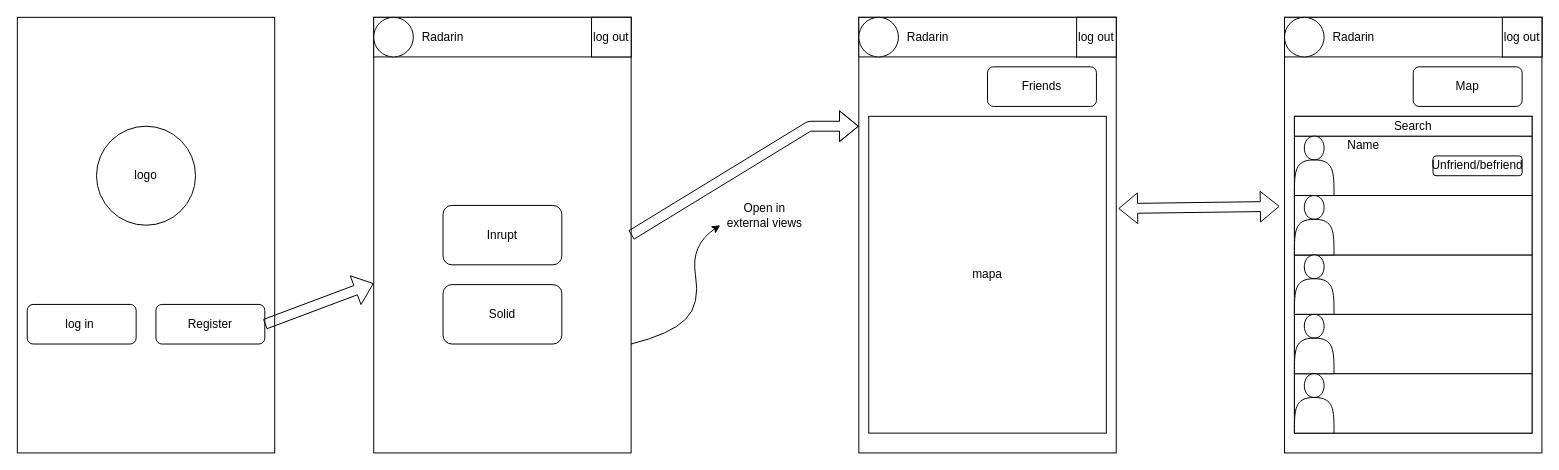
Earlier version of the draw.io diagram webapp/docs/images/mobile mockup editable.drawio (Arquisoft/radarin_en3a). Source tidied: cells renumbered, new cells numbered last; positions are measured from the earlier drawing's top-left corner, leaving out a move shared by most shapes. Both pictures are drawn from the tidied source at 99%, with x=0, y=0 at pixel (17, 17).
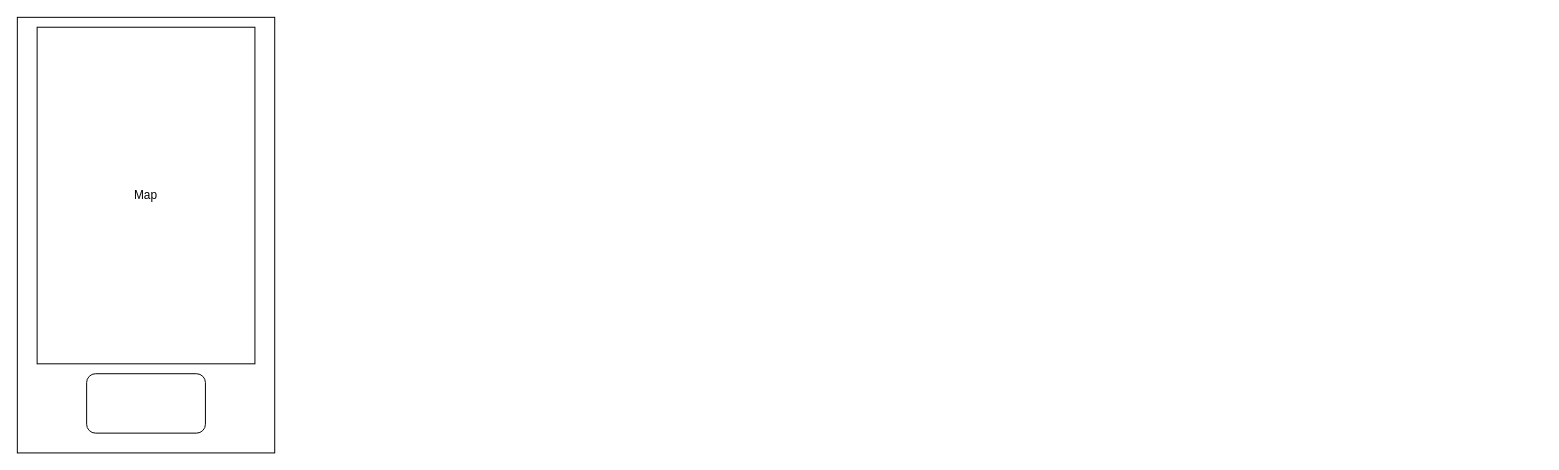
The same page after the edit.

Commit message (it also covers changes not shown here):
updated mobile mockup to accorded spec

Change to the diagram source:
```diff
@@
-    <mxCell id="3" value="logo" style="ellipse;whiteSpace=wrap;html=1;" parent="1" vertex="1">
-      <mxGeometry x="80" y="110" width="100" height="100" as="geometry" />
-    </mxCell>
-    <mxCell id="4" value="log in&amp;nbsp;" style="rounded=1;whiteSpace=wrap;html=1;" parent="1" vertex="1">
-      <mxGeometry x="10" y="290" width="110" height="40" as="geometry" />
-    </mxCell>
-    <mxCell id="5" style="rounded=0;whiteSpace=wrap;html=1;" parent="1" vertex="1">
-      <mxGeometry x="360" width="260" height="440" as="geometry" />
-    </mxCell>
-    <mxCell id="6" style="rounded=0;whiteSpace=wrap;html=1;" parent="1" vertex="1">
-      <mxGeometry x="360" width="260" height="40" as="geometry" />
-    </mxCell>
-    <mxCell id="7" value="log out" style="rounded=0;whiteSpace=wrap;html=1;" parent="1" vertex="1">
-      <mxGeometry x="580" width="40" height="40" as="geometry" />
-    </mxCell>
-    <mxCell id="8" style="ellipse;whiteSpace=wrap;html=1;" parent="1" vertex="1">
-      <mxGeometry x="360" width="40" height="40" as="geometry" />
-    </mxCell>
-    <mxCell id="9" value="Radarin" style="text;html=1;strokeColor=none;fillColor=none;align=center;verticalAlign=middle;whiteSpace=wrap;rounded=0;" parent="1" vertex="1">
-      <mxGeometry x="410" y="10" width="40" height="20" as="geometry" />
-    </mxCell>
-    <mxCell id="10" value="Register" style="rounded=1;whiteSpace=wrap;html=1;" parent="1" vertex="1">
-      <mxGeometry x="140" y="290" width="110" height="40" as="geometry" />
-    </mxCell>
-    <mxCell id="11" value="Inrupt" style="rounded=1;whiteSpace=wrap;html=1;" parent="1" vertex="1">
-      <mxGeometry x="430" y="190" width="120" height="60" as="geometry" />
-    </mxCell>
-    <mxCell id="12" value="Solid" style="rounded=1;whiteSpace=wrap;html=1;" parent="1" vertex="1">
-      <mxGeometry x="430" y="270" width="120" height="60" as="geometry" />
-    </mxCell>
-    <mxCell id="13" style="shape=flexArrow;endArrow=classic;html=1;exitX=1;exitY=0.5;exitDx=0;exitDy=0;" parent="1" edge="1" source="10" target="5">
-      <mxGeometry relative="1" as="geometry" />
-    </mxCell>
-    <mxCell id="14" value="Open in external views" style="text;html=1;strokeColor=none;fillColor=none;align=center;verticalAlign=middle;whiteSpace=wrap;rounded=0;" parent="1" vertex="1">
-      <mxGeometry x="710" y="190" width="90" height="20" as="geometry" />
-    </mxCell>
-    <mxCell id="15" style="curved=1;endArrow=classic;html=1;entryX=0;entryY=1;entryDx=0;entryDy=0;exitX=1;exitY=0.75;exitDx=0;exitDy=0;" parent="1" edge="1" source="5" target="14">
-      <mxGeometry relative="1" as="geometry">
-        <Array as="points">
-          <mxPoint x="660" y="320" />
-          <mxPoint x="690" y="290" />
-          <mxPoint x="680" y="230" />
-        </Array>
-      </mxGeometry>
-    </mxCell>
-    <mxCell id="16" style="rounded=0;whiteSpace=wrap;html=1;" parent="1" vertex="1">
-      <mxGeometry x="850" width="260" height="440" as="geometry" />
-    </mxCell>
-    <mxCell id="17" style="rounded=0;whiteSpace=wrap;html=1;" parent="1" vertex="1">
-      <mxGeometry x="850" width="260" height="40" as="geometry" />
-    </mxCell>
-    <mxCell id="18" value="log out" style="rounded=0;whiteSpace=wrap;html=1;" parent="1" vertex="1">
-      <mxGeometry x="1070" width="40" height="40" as="geometry" />
-    </mxCell>
-    <mxCell id="19" style="ellipse;whiteSpace=wrap;html=1;" parent="1" vertex="1">
-      <mxGeometry x="850" width="40" height="40" as="geometry" />
-    </mxCell>
-    <mxCell id="20" value="Radarin" style="text;html=1;strokeColor=none;fillColor=none;align=center;verticalAlign=middle;whiteSpace=wrap;rounded=0;" parent="1" vertex="1">
-      <mxGeometry x="900" y="10" width="40" height="20" as="geometry" />
-    </mxCell>
-    <mxCell id="21" style="shape=flexArrow;endArrow=classic;html=1;entryX=0;entryY=0.25;entryDx=0;entryDy=0;exitX=1;exitY=0.5;exitDx=0;exitDy=0;" parent="1" edge="1" source="5" target="16">
-      <mxGeometry relative="1" as="geometry">
-        <Array as="points">
-          <mxPoint x="800" y="110" />
-        </Array>
-      </mxGeometry>
-    </mxCell>
-    <mxCell id="22" value="mapa" style="rounded=0;whiteSpace=wrap;html=1;" parent="1" vertex="1">
-      <mxGeometry x="860" y="100" width="240" height="320" as="geometry" />
-    </mxCell>
-    <mxCell id="23" value="Friends" style="rounded=1;whiteSpace=wrap;html=1;" parent="1" vertex="1">
-      <mxGeometry x="980" y="50" width="110" height="40" as="geometry" />
-    </mxCell>
-    <mxCell id="24" style="rounded=0;whiteSpace=wrap;html=1;" parent="1" vertex="1">
-      <mxGeometry x="1280" width="260" height="440" as="geometry" />
-    </mxCell>
-    <mxCell id="25" style="rounded=0;whiteSpace=wrap;html=1;" parent="1" vertex="1">
-      <mxGeometry x="1280" width="260" height="40" as="geometry" />
-    </mxCell>
-    <mxCell id="26" value="log out" style="rounded=0;whiteSpace=wrap;html=1;" parent="1" vertex="1">
-      <mxGeometry x="1500" width="40" height="40" as="geometry" />
-    </mxCell>
-    <mxCell id="27" style="ellipse;whiteSpace=wrap;html=1;" parent="1" vertex="1">
-      <mxGeometry x="1280" width="40" height="40" as="geometry" />
-    </mxCell>
-    <mxCell id="28" value="Radarin" style="text;html=1;strokeColor=none;fillColor=none;align=center;verticalAlign=middle;whiteSpace=wrap;rounded=0;" parent="1" vertex="1">
-      <mxGeometry x="1330" y="10" width="40" height="20" as="geometry" />
-    </mxCell>
-    <mxCell id="29" style="rounded=0;whiteSpace=wrap;html=1;" parent="1" vertex="1">
-      <mxGeometry x="1290" y="100" width="240" height="320" as="geometry" />
-    </mxCell>
-    <mxCell id="30" value="Map" style="rounded=1;whiteSpace=wrap;html=1;" parent="1" vertex="1">
-      <mxGeometry x="1410" y="50" width="110" height="40" as="geometry" />
+    <mxCell id="30" value="Map" style="rounded=0;whiteSpace=wrap;html=1;" parent="1" vertex="1">
+      <mxGeometry x="20" y="10" width="220" height="340" as="geometry" />
     </mxCell>
-    <mxCell id="31" style="rounded=0;whiteSpace=wrap;html=1;" parent="1" vertex="1">
-      <mxGeometry x="1290" y="120" width="240" height="60" as="geometry" />
-    </mxCell>
-    <mxCell id="32" value="Search" style="rounded=0;whiteSpace=wrap;html=1;" parent="1" vertex="1">
-      <mxGeometry x="1290" y="100" width="240" height="20" as="geometry" />
-    </mxCell>
-    <mxCell id="33" style="rounded=0;whiteSpace=wrap;html=1;" parent="1" vertex="1">
-      <mxGeometry x="1290" y="300" width="240" height="60" as="geometry" />
-    </mxCell>
-    <mxCell id="34" style="rounded=0;whiteSpace=wrap;html=1;" parent="1" vertex="1">
-      <mxGeometry x="1290" y="240" width="240" height="60" as="geometry" />
-    </mxCell>
-    <mxCell id="35" style="rounded=0;whiteSpace=wrap;html=1;" parent="1" vertex="1">
-      <mxGeometry x="1290" y="180" width="240" height="60" as="geometry" />
-    </mxCell>
-    <mxCell id="36" style="rounded=0;whiteSpace=wrap;html=1;" parent="1" vertex="1">
-      <mxGeometry x="1290" y="360" width="240" height="60" as="geometry" />
-    </mxCell>
-    <mxCell id="37" style="shape=actor;whiteSpace=wrap;html=1;" parent="1" vertex="1">
-      <mxGeometry x="1290" y="120" width="40" height="60" as="geometry" />
-    </mxCell>
-    <mxCell id="38" style="shape=actor;whiteSpace=wrap;html=1;" parent="1" vertex="1">
-      <mxGeometry x="1290" y="180" width="40" height="60" as="geometry" />
-    </mxCell>
-    <mxCell id="39" style="shape=actor;whiteSpace=wrap;html=1;" parent="1" vertex="1">
-      <mxGeometry x="1290" y="240" width="40" height="60" as="geometry" />
-    </mxCell>
-    <mxCell id="40" style="shape=actor;whiteSpace=wrap;html=1;" parent="1" vertex="1">
-      <mxGeometry x="1290" y="300" width="40" height="60" as="geometry" />
-    </mxCell>
-    <mxCell id="41" style="shape=actor;whiteSpace=wrap;html=1;" parent="1" vertex="1">
-      <mxGeometry x="1290" y="360" width="40" height="60" as="geometry" />
-    </mxCell>
-    <mxCell id="42" value="Name" style="text;html=1;strokeColor=none;fillColor=none;align=center;verticalAlign=middle;whiteSpace=wrap;rounded=0;" parent="1" vertex="1">
-      <mxGeometry x="1340" y="120" width="40" height="20" as="geometry" />
-    </mxCell>
-    <mxCell id="43" value="Unfriend/befriend" style="rounded=1;whiteSpace=wrap;html=1;" parent="1" vertex="1">
-      <mxGeometry x="1430" y="140" width="90" height="20" as="geometry" />
-    </mxCell>
-    <mxCell id="44" style="shape=flexArrow;endArrow=classic;startArrow=classic;html=1;entryX=-0.019;entryY=0.434;entryDx=0;entryDy=0;entryPerimeter=0;exitX=1.008;exitY=0.439;exitDx=0;exitDy=0;exitPerimeter=0;" parent="1" edge="1" source="16" target="24">
-      <mxGeometry relative="1" as="geometry" />
-    </mxCell>
+    <mxCell id="45" style="rounded=1;whiteSpace=wrap;html=1;" parent="1" vertex="1">
+      <mxGeometry x="70" y="360" width="120" height="60" as="geometry" />
+    </mxCell>
```
